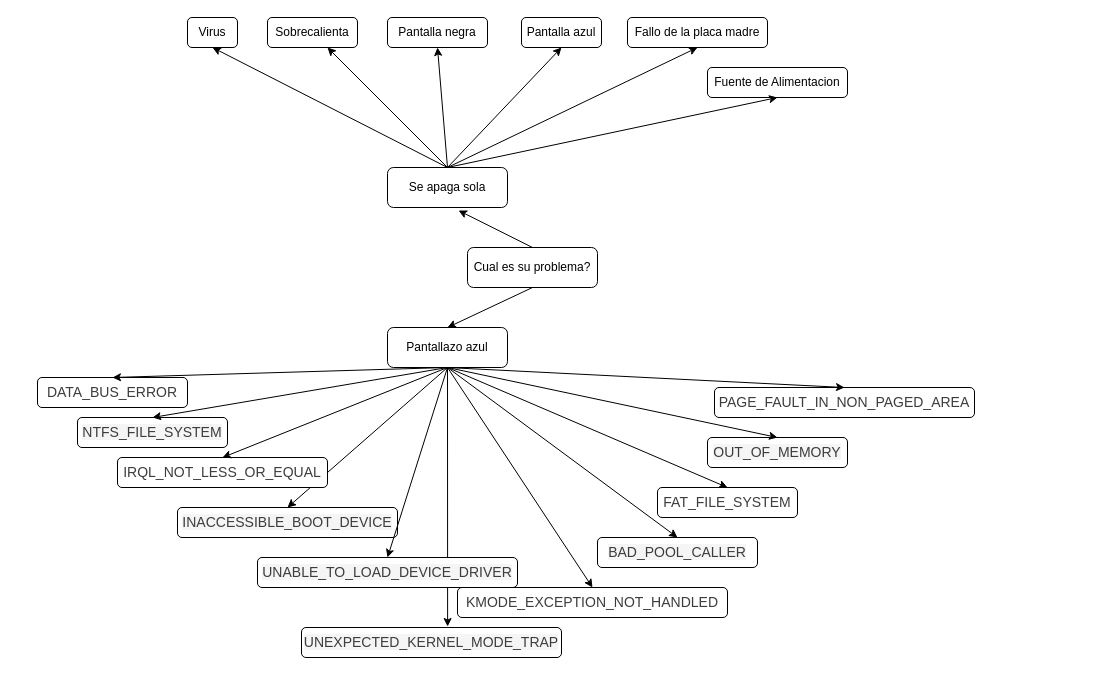
Puchis/Gregorio-Gragas-Computer-Repair keeps this draw.io diagram as pruebasitio/proyectoruta.drawio. Above is the earlier version. Source tidied: cells renumbered, new cells numbered last; positions are measured from the earlier drawing's top-left corner, leaving out a move shared by most shapes. Both pictures are drawn from the tidied source at 100%, with x=0, y=0 at pixel (37, 17).
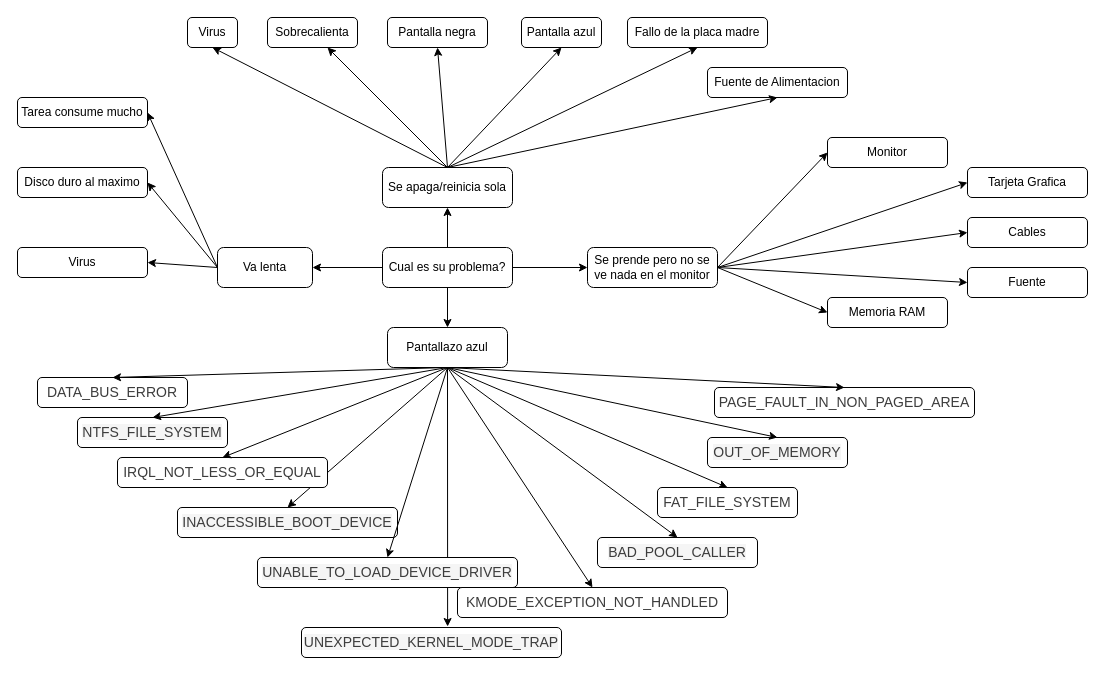
Above is the later version.

What changed in the source:
```diff
@@
     <mxCell id="2" value="Cual es su problema?" style="rounded=1;whiteSpace=wrap;html=1;" parent="1" vertex="1">
-      <mxGeometry x="430" y="230" width="130" height="40" as="geometry" />
+      <mxGeometry x="345" y="230" width="130" height="40" as="geometry" />
     </mxCell>
@@
-    <mxCell id="27" value="Se apaga sola" style="rounded=1;whiteSpace=wrap;html=1;" parent="1" vertex="1">
-      <mxGeometry x="350" y="150" width="120" height="40" as="geometry" />
+    <mxCell id="27" value="Se apaga/reinicia sola" style="rounded=1;whiteSpace=wrap;html=1;" parent="1" vertex="1">
+      <mxGeometry x="345" y="150" width="130" height="40" as="geometry" />
     </mxCell>
-    <mxCell id="28" style="endArrow=classic;html=1;entryX=0.592;entryY=1.075;entryDx=0;entryDy=0;entryPerimeter=0;exitX=0.5;exitY=0;exitDx=0;exitDy=0;" parent="1" edge="1" source="2" target="27">
+    <mxCell id="28" style="endArrow=classic;html=1;exitX=0.5;exitY=0;exitDx=0;exitDy=0;entryX=0.5;entryY=1;entryDx=0;entryDy=0;" parent="1" edge="1" source="2" target="27">
       <mxGeometry relative="1" as="geometry" />
     </mxCell>
@@
+    <mxCell id="41" value="Va lenta" style="rounded=1;whiteSpace=wrap;html=1;" parent="1" vertex="1">
+      <mxGeometry x="180" y="230" width="95" height="40" as="geometry" />
+    </mxCell>
+    <mxCell id="42" style="endArrow=classic;html=1;exitX=0;exitY=0.5;exitDx=0;exitDy=0;entryX=1;entryY=0.5;entryDx=0;entryDy=0;" parent="1" edge="1" source="2" target="41">
+      <mxGeometry relative="1" as="geometry" />
+    </mxCell>
+    <mxCell id="43" value="Tarea consume mucho" style="rounded=1;whiteSpace=wrap;html=1;" parent="1" vertex="1">
+      <mxGeometry x="-20" y="80" width="130" height="30" as="geometry" />
+    </mxCell>
+    <mxCell id="44" style="endArrow=classic;html=1;exitX=0;exitY=0.5;exitDx=0;exitDy=0;entryX=1;entryY=0.5;entryDx=0;entryDy=0;" parent="1" edge="1" source="41" target="43">
+      <mxGeometry relative="1" as="geometry" />
+    </mxCell>
+    <mxCell id="45" value="Disco duro al maximo" style="rounded=1;whiteSpace=wrap;html=1;" parent="1" vertex="1">
+      <mxGeometry x="-20" y="150" width="130" height="30" as="geometry" />
+    </mxCell>
+    <mxCell id="46" value="Virus" style="rounded=1;whiteSpace=wrap;html=1;" parent="1" vertex="1">
+      <mxGeometry x="-20" y="230" width="130" height="30" as="geometry" />
+    </mxCell>
+    <mxCell id="47" style="endArrow=classic;html=1;exitX=0;exitY=0.5;exitDx=0;exitDy=0;entryX=1;entryY=0.5;entryDx=0;entryDy=0;" parent="1" edge="1" source="41" target="45">
+      <mxGeometry relative="1" as="geometry" />
+    </mxCell>
+    <mxCell id="48" style="endArrow=classic;html=1;exitX=0;exitY=0.5;exitDx=0;exitDy=0;entryX=1;entryY=0.5;entryDx=0;entryDy=0;" parent="1" edge="1" source="41" target="46">
+      <mxGeometry relative="1" as="geometry" />
+    </mxCell>
+    <mxCell id="49" value="Se prende pero no se ve nada en el monitor" style="rounded=1;whiteSpace=wrap;html=1;" parent="1" vertex="1">
+      <mxGeometry x="550" y="230" width="130" height="40" as="geometry" />
+    </mxCell>
+    <mxCell id="50" style="endArrow=classic;html=1;exitX=1;exitY=0.5;exitDx=0;exitDy=0;entryX=0;entryY=0.5;entryDx=0;entryDy=0;" parent="1" edge="1" source="2" target="49">
+      <mxGeometry relative="1" as="geometry" />
+    </mxCell>
+    <mxCell id="51" value="Monitor" style="rounded=1;whiteSpace=wrap;html=1;" parent="1" vertex="1">
+      <mxGeometry x="790" y="120" width="120" height="30" as="geometry" />
+    </mxCell>
+    <mxCell id="52" style="endArrow=classic;html=1;exitX=1;exitY=0.5;exitDx=0;exitDy=0;entryX=0;entryY=0.5;entryDx=0;entryDy=0;" parent="1" edge="1" source="49" target="51">
+      <mxGeometry relative="1" as="geometry" />
+    </mxCell>
+    <mxCell id="53" value="Tarjeta Grafica" style="rounded=1;whiteSpace=wrap;html=1;" parent="1" vertex="1">
+      <mxGeometry x="930" y="150" width="120" height="30" as="geometry" />
+    </mxCell>
+    <mxCell id="54" value="Cables" style="rounded=1;whiteSpace=wrap;html=1;" parent="1" vertex="1">
+      <mxGeometry x="930" y="200" width="120" height="30" as="geometry" />
+    </mxCell>
+    <mxCell id="55" value="Fuente" style="rounded=1;whiteSpace=wrap;html=1;" parent="1" vertex="1">
+      <mxGeometry x="930" y="250" width="120" height="30" as="geometry" />
+    </mxCell>
+    <mxCell id="56" value="Memoria RAM" style="rounded=1;whiteSpace=wrap;html=1;" parent="1" vertex="1">
+      <mxGeometry x="790" y="280" width="120" height="30" as="geometry" />
+    </mxCell>
+    <mxCell id="57" style="endArrow=classic;html=1;entryX=0;entryY=0.5;entryDx=0;entryDy=0;exitX=1;exitY=0.5;exitDx=0;exitDy=0;" parent="1" edge="1" source="49" target="56">
+      <mxGeometry relative="1" as="geometry" />
+    </mxCell>
+    <mxCell id="58" style="endArrow=classic;html=1;exitX=1;exitY=0.5;exitDx=0;exitDy=0;entryX=0;entryY=0.5;entryDx=0;entryDy=0;" parent="1" edge="1" source="49" target="53">
+      <mxGeometry relative="1" as="geometry" />
+    </mxCell>
+    <mxCell id="59" style="endArrow=classic;html=1;entryX=0;entryY=0.5;entryDx=0;entryDy=0;exitX=1;exitY=0.5;exitDx=0;exitDy=0;" parent="1" edge="1" source="49" target="54">
+      <mxGeometry relative="1" as="geometry" />
+    </mxCell>
+    <mxCell id="60" style="endArrow=classic;html=1;entryX=0;entryY=0.5;entryDx=0;entryDy=0;exitX=1;exitY=0.5;exitDx=0;exitDy=0;" parent="1" edge="1" source="49" target="55">
+      <mxGeometry relative="1" as="geometry" />
+    </mxCell>
```
